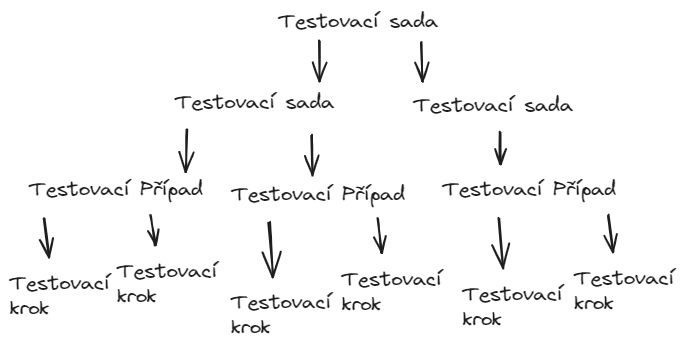
Earlier version of the Excalidraw export SWI/4. semester/Testování software/Cvika/testovaciSada.excalidraw.png (MugshotDrippedOut/Simon). Source tidied: one line per element, renumbered; positions are measured from the earlier drawing's top-left corner, leaving out a move shared by most shapes.
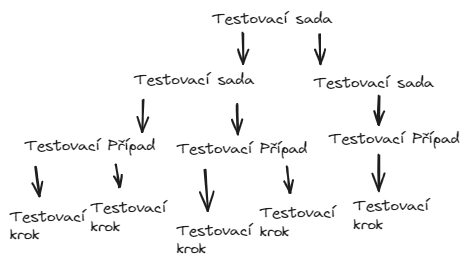
The same diagram one commit later.

The edit, as a diff of the source:
```diff
@@ -1,23 +1,21 @@
-{"id": 0, "type": "text", "text": "Testovací sada", "strokeColor": "#1e1e1e", "strokeWidth": 2, "roughness": 1, "fontSize": 20, "fontFamily": 1, "x": 269, "y": 0, "width": 159, "height": 25}
+{"id": 0, "type": "text", "text": "Testovací sada", "strokeColor": "#1e1e1e", "strokeWidth": 2, "roughness": 1, "fontSize": 15.06, "fontFamily": 1, "x": 328, "y": 36, "width": 120, "height": 19}
-{"id": 1, "type": "text", "text": "Testovací Případ", "strokeColor": "#1e1e1e", "strokeWidth": 2, "roughness": 1, "fontSize": 20, "fontFamily": 1, "x": 433, "y": 168, "width": 173, "height": 25}
+{"id": 1, "type": "text", "text": "Testovací Případ", "strokeColor": "#1e1e1e", "strokeWidth": 2, "roughness": 1, "fontSize": 15.06, "fontFamily": 1, "x": 445, "y": 156, "width": 130, "height": 19}
-{"id": 2, "type": "text", "text": "Testovací\nkrok", "strokeColor": "#1e1e1e", "strokeWidth": 2, "roughness": 1, "fontSize": 20, "fontFamily": 1, "x": 107, "y": 250, "width": 100, "height": 50}
+{"id": 2, "type": "text", "text": "Testovací\nkrok", "strokeColor": "#1e1e1e", "strokeWidth": 2, "roughness": 1, "fontSize": 15.06, "fontFamily": 1, "x": 207, "y": 225, "width": 76, "height": 38}
-{"id": 3, "type": "text", "text": "Testovací Případ", "strokeColor": "#1e1e1e", "strokeWidth": 2, "roughness": 1, "fontSize": 20, "fontFamily": 1, "x": 20, "y": 168, "width": 173, "height": 25}
+{"id": 3, "type": "text", "text": "Testovací Případ", "strokeColor": "#1e1e1e", "strokeWidth": 2, "roughness": 1, "fontSize": 15.06, "fontFamily": 1, "x": 141, "y": 163, "width": 130, "height": 19}
-{"id": 4, "type": "text", "text": "Testovací Případ", "strokeColor": "#1e1e1e", "strokeWidth": 2, "roughness": 1, "fontSize": 20, "fontFamily": 1, "x": 222, "y": 173, "width": 173, "height": 25}
+{"id": 4, "type": "text", "text": "Testovací Případ", "strokeColor": "#1e1e1e", "strokeWidth": 2, "roughness": 1, "fontSize": 15.06, "fontFamily": 1, "x": 293, "y": 166, "width": 130, "height": 19}
-{"id": 5, "type": "text", "text": "Testovací sada", "strokeColor": "#1e1e1e", "strokeWidth": 2, "roughness": 1, "fontSize": 20, "fontFamily": 1, "x": 165, "y": 81, "width": 159, "height": 25}
+{"id": 5, "type": "text", "text": "Testovací sada", "strokeColor": "#1e1e1e", "strokeWidth": 2, "roughness": 1, "fontSize": 15.06, "fontFamily": 1, "x": 250, "y": 97, "width": 120, "height": 19}
-{"id": 6, "type": "text", "text": "Testovací sada", "strokeColor": "#1e1e1e", "strokeWidth": 2, "roughness": 1, "fontSize": 20, "fontFamily": 1, "x": 404, "y": 84, "width": 159, "height": 25}
+{"id": 6, "type": "text", "text": "Testovací sada", "strokeColor": "#1e1e1e", "strokeWidth": 2, "roughness": 1, "fontSize": 15.06, "fontFamily": 1, "x": 430, "y": 100, "width": 120, "height": 19}
-{"id": 7, "type": "arrow", "strokeColor": "#1e1e1e", "strokeWidth": 2, "roughness": 1, "endArrowhead": "arrow", "round": true, "from": 0, "to": 6, "x": 411, "y": 32, "width": 1, "height": 39, "points": [[0, 0], [1, 39]]}
+{"id": 7, "type": "arrow", "strokeColor": "#1e1e1e", "strokeWidth": 2, "roughness": 1, "endArrowhead": "arrow", "round": true, "from": 0, "to": 6, "x": 436, "y": 60, "width": 1, "height": 30, "points": [[0, 0], [1, 30]]}
-{"id": 8, "type": "arrow", "strokeColor": "#1e1e1e", "strokeWidth": 2, "roughness": 1, "endArrowhead": "arrow", "round": true, "from": 0, "to": 5, "x": 309, "y": 31, "width": 0, "height": 40, "points": [[0, 0], [0, 40]]}
+{"id": 8, "type": "arrow", "strokeColor": "#1e1e1e", "strokeWidth": 2, "roughness": 1, "endArrowhead": "arrow", "round": true, "from": 0, "to": 5, "x": 359, "y": 59, "width": 0, "height": 30, "points": [[0, 0], [0, 30]]}
-{"id": 9, "type": "arrow", "strokeColor": "#1e1e1e", "strokeWidth": 2, "roughness": 1, "endArrowhead": "arrow", "round": true, "to": 4, "x": 302, "y": 125, "width": 0, "height": 40, "points": [[0, 0], [0, 40]]}
+{"id": 9, "type": "arrow", "strokeColor": "#1e1e1e", "strokeWidth": 2, "roughness": 1, "endArrowhead": "arrow", "round": true, "from": 5, "to": 4, "x": 353, "y": 130, "width": 0, "height": 30, "points": [[0, 0], [0, 30]]}
-{"id": 10, "type": "arrow", "strokeColor": "#1e1e1e", "strokeWidth": 2, "roughness": 1, "endArrowhead": "arrow", "round": true, "from": 5, "to": 3, "x": 177, "y": 120, "width": 1, "height": 42, "points": [[0, 0], [-1, 42]]}
+{"id": 10, "type": "arrow", "strokeColor": "#1e1e1e", "strokeWidth": 2, "roughness": 1, "endArrowhead": "arrow", "round": true, "from": 5, "to": 3, "x": 259, "y": 126, "width": 1, "height": 32, "points": [[0, 0], [-1, 32]]}
-{"id": 11, "type": "arrow", "strokeColor": "#1e1e1e", "strokeWidth": 2, "roughness": 1, "endArrowhead": "arrow", "round": true, "from": 6, "to": 1, "x": 490, "y": 122, "width": 0, "height": 32, "points": [[0, 0], [0, 32]]}
+{"id": 11, "type": "arrow", "strokeColor": "#1e1e1e", "strokeWidth": 2, "roughness": 1, "endArrowhead": "arrow", "round": true, "from": 6, "to": 1, "x": 495, "y": 122, "width": 0, "height": 29, "points": [[0, 0], [0, 29]]}
-{"id": 12, "type": "arrow", "strokeColor": "#1e1e1e", "strokeWidth": 2, "roughness": 1, "endArrowhead": "arrow", "round": true, "from": 3, "to": 2, "x": 141, "y": 205, "width": 4, "height": 31, "points": [[0, 0], [4, 31]]}
+{"id": 12, "type": "arrow", "strokeColor": "#1e1e1e", "strokeWidth": 2, "roughness": 1, "endArrowhead": "arrow", "round": true, "from": 3, "to": 2, "x": 232, "y": 190, "width": 3, "height": 23, "points": [[0, 0], [3, 23]]}
-{"id": 13, "type": "text", "text": "Testovací\nkrok", "strokeColor": "#1e1e1e", "strokeWidth": 2, "roughness": 1, "fontSize": 20, "fontFamily": 1, "x": 0, "y": 262, "width": 100, "height": 50}
+{"id": 13, "type": "text", "text": "Testovací\nkrok", "strokeColor": "#1e1e1e", "strokeWidth": 2, "roughness": 1, "fontSize": 15.06, "fontFamily": 1, "x": 126, "y": 233, "width": 76, "height": 38}
-{"id": 14, "type": "arrow", "strokeColor": "#1e1e1e", "strokeWidth": 2, "roughness": 1, "endArrowhead": "arrow", "round": true, "from": 3, "to": 13, "x": 34, "y": 208, "width": 4, "height": 39, "points": [[0, 0], [4, 39]]}
+{"id": 14, "type": "arrow", "strokeColor": "#1e1e1e", "strokeWidth": 2, "roughness": 1, "endArrowhead": "arrow", "round": true, "from": 3, "to": 13, "x": 152, "y": 193, "width": 3, "height": 29, "points": [[0, 0], [3, 29]]}
-{"id": 15, "type": "text", "text": "Testovací\nkrok", "strokeColor": "#1e1e1e", "strokeWidth": 2, "roughness": 1, "fontSize": 20, "fontFamily": 1, "x": 565, "y": 257, "width": 100, "height": 50}
-{"id": 16, "type": "arrow", "strokeColor": "#1e1e1e", "strokeWidth": 2, "roughness": 1, "endArrowhead": "arrow", "round": true, "from": 1, "to": 15, "x": 599, "y": 205, "width": 4, "height": 37, "points": [[0, 0], [4, 37]]}
-{"id": 17, "type": "text", "text": "Testovací\nkrok", "strokeColor": "#1e1e1e", "strokeWidth": 2, "roughness": 1, "fontSize": 20, "fontFamily": 1, "x": 453, "y": 273, "width": 100, "height": 50}
+{"id": 17, "type": "text", "text": "Testovací\nkrok", "strokeColor": "#1e1e1e", "strokeWidth": 2, "roughness": 1, "fontSize": 15.06, "fontFamily": 1, "x": 469, "y": 223, "width": 76, "height": 38}
-{"id": 18, "type": "arrow", "strokeColor": "#1e1e1e", "strokeWidth": 2, "roughness": 1, "endArrowhead": "arrow", "round": true, "from": 1, "to": 17, "x": 489, "y": 209, "width": 4, "height": 50, "points": [[0, 0], [4, 50]]}
+{"id": 18, "type": "arrow", "strokeColor": "#1e1e1e", "strokeWidth": 2, "roughness": 1, "endArrowhead": "arrow", "round": true, "from": 1, "to": 17, "x": 495, "y": 181, "width": 1, "height": 36, "points": [[0, 0], [-1, 36]]}
-{"id": 19, "type": "text", "text": "Testovací\nkrok", "strokeColor": "#1e1e1e", "strokeWidth": 2, "roughness": 1, "fontSize": 20, "fontFamily": 1, "x": 332, "y": 258, "width": 100, "height": 50}
+{"id": 19, "type": "text", "text": "Testovací\nkrok", "strokeColor": "#1e1e1e", "strokeWidth": 2, "roughness": 1, "fontSize": 15.06, "fontFamily": 1, "x": 376, "y": 230, "width": 76, "height": 38}
-{"id": 20, "type": "arrow", "strokeColor": "#1e1e1e", "strokeWidth": 2, "roughness": 1, "endArrowhead": "arrow", "round": true, "from": 4, "to": 19, "x": 368, "y": 209, "width": 4, "height": 34, "points": [[0, 0], [4, 34]]}
+{"id": 20, "type": "arrow", "strokeColor": "#1e1e1e", "strokeWidth": 2, "roughness": 1, "endArrowhead": "arrow", "round": true, "from": 4, "to": 19, "x": 403, "y": 193, "width": 3, "height": 26, "points": [[0, 0], [3, 26]]}
-{"id": 21, "type": "text", "text": "Testovací\nkrok", "strokeColor": "#1e1e1e", "strokeWidth": 2, "roughness": 1, "fontSize": 20, "fontFamily": 1, "x": 221, "y": 281, "width": 100, "height": 50}
+{"id": 21, "type": "text", "text": "Testovací\nkrok", "strokeColor": "#1e1e1e", "strokeWidth": 2, "roughness": 1, "fontSize": 15.06, "fontFamily": 1, "x": 292, "y": 247, "width": 76, "height": 38}
-{"id": 22, "type": "arrow", "strokeColor": "#1e1e1e", "strokeWidth": 2, "roughness": 1, "endArrowhead": "arrow", "round": true, "from": 4, "to": 21, "x": 259, "y": 212, "width": 3, "height": 53, "points": [[0, 0], [3, 53]]}
+{"id": 22, "type": "arrow", "strokeColor": "#1e1e1e", "strokeWidth": 2, "roughness": 1, "endArrowhead": "arrow", "round": true, "from": 4, "to": 21, "x": 321, "y": 196, "width": 3, "height": 40, "points": [[0, 0], [3, 40]]}
```
